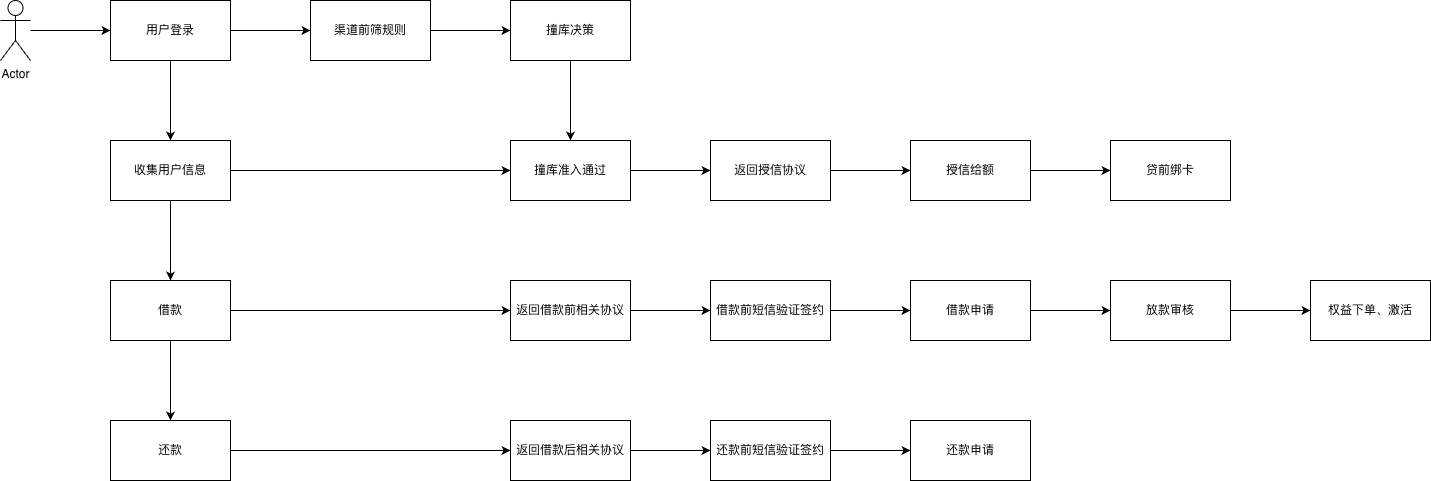
The draw.io diagram 渠道对接链路.png in yuanlj-tea/picgo, before a commit. Source tidied: cells renumbered, new cells last; positions are measured from the earlier drawing's top-left corner, leaving out a move shared by most shapes. Its diagram source:
```xml
<mxGraphModel>
  <root>
    <mxCell id="0" />
    <mxCell id="1" parent="0" />
    <mxCell id="2" style="edgeStyle=orthogonalEdgeStyle;rounded=0;jettySize=auto;html=1;" parent="1" edge="1" source="4" target="6">
      <mxGeometry relative="1" as="geometry" />
    </mxCell>
    <mxCell id="3" style="edgeStyle=orthogonalEdgeStyle;rounded=0;jettySize=auto;html=1;" parent="1" edge="1" source="4" target="17">
      <mxGeometry relative="1" as="geometry" />
    </mxCell>
    <mxCell id="4" value="用户登录" style="rounded=0;whiteSpace=wrap;html=1;" parent="1" vertex="1">
      <mxGeometry x="110" width="120" height="60" as="geometry" />
    </mxCell>
    <mxCell id="5" style="edgeStyle=orthogonalEdgeStyle;rounded=0;jettySize=auto;html=1;" parent="1" edge="1" source="6" target="8">
      <mxGeometry relative="1" as="geometry" />
    </mxCell>
    <mxCell id="6" value="渠道前筛规则" style="rounded=0;whiteSpace=wrap;html=1;" parent="1" vertex="1">
      <mxGeometry x="310" width="120" height="60" as="geometry" />
    </mxCell>
    <mxCell id="7" style="edgeStyle=orthogonalEdgeStyle;rounded=0;jettySize=auto;html=1;" parent="1" edge="1" source="8" target="10">
      <mxGeometry relative="1" as="geometry" />
    </mxCell>
    <mxCell id="8" value="撞库决策" style="rounded=0;whiteSpace=wrap;html=1;" parent="1" vertex="1">
      <mxGeometry x="510" width="120" height="60" as="geometry" />
    </mxCell>
    <mxCell id="9" style="edgeStyle=orthogonalEdgeStyle;rounded=0;jettySize=auto;html=1;" parent="1" edge="1" source="10" target="12">
      <mxGeometry relative="1" as="geometry" />
    </mxCell>
    <mxCell id="10" value="撞库准入通过" style="rounded=0;whiteSpace=wrap;html=1;" parent="1" vertex="1">
      <mxGeometry x="510" y="140" width="120" height="60" as="geometry" />
    </mxCell>
    <mxCell id="11" style="edgeStyle=orthogonalEdgeStyle;rounded=0;jettySize=auto;html=1;" parent="1" edge="1" source="12" target="14">
      <mxGeometry relative="1" as="geometry" />
    </mxCell>
    <mxCell id="12" value="返回授信协议" style="rounded=0;whiteSpace=wrap;html=1;" parent="1" vertex="1">
      <mxGeometry x="710" y="140" width="120" height="60" as="geometry" />
    </mxCell>
    <mxCell id="13" style="edgeStyle=orthogonalEdgeStyle;rounded=0;jettySize=auto;html=1;" parent="1" edge="1" source="14" target="23">
      <mxGeometry relative="1" as="geometry" />
    </mxCell>
    <mxCell id="14" value="授信给额" style="rounded=0;whiteSpace=wrap;html=1;" parent="1" vertex="1">
      <mxGeometry x="910" y="140" width="120" height="60" as="geometry" />
    </mxCell>
    <mxCell id="15" style="edgeStyle=orthogonalEdgeStyle;rounded=0;jettySize=auto;html=1;" parent="1" edge="1" source="17" target="20">
      <mxGeometry relative="1" as="geometry" />
    </mxCell>
    <mxCell id="16" style="edgeStyle=orthogonalEdgeStyle;rounded=0;jettySize=auto;html=1;entryX=0;entryY=0.5;entryDx=0;entryDy=0;" parent="1" edge="1" source="17" target="10">
      <mxGeometry relative="1" as="geometry" />
    </mxCell>
    <mxCell id="17" value="收集用户信息" style="rounded=0;whiteSpace=wrap;html=1;" parent="1" vertex="1">
      <mxGeometry x="110" y="140" width="120" height="60" as="geometry" />
    </mxCell>
    <mxCell id="18" style="edgeStyle=orthogonalEdgeStyle;rounded=0;jettySize=auto;html=1;" parent="1" edge="1" source="20" target="22">
      <mxGeometry relative="1" as="geometry" />
    </mxCell>
    <mxCell id="19" style="edgeStyle=orthogonalEdgeStyle;rounded=0;jettySize=auto;html=1;" parent="1" edge="1" source="20" target="31">
      <mxGeometry relative="1" as="geometry" />
    </mxCell>
    <mxCell id="20" value="借款" style="rounded=0;whiteSpace=wrap;html=1;" parent="1" vertex="1">
      <mxGeometry x="110" y="280" width="120" height="60" as="geometry" />
    </mxCell>
    <mxCell id="21" style="edgeStyle=orthogonalEdgeStyle;rounded=0;jettySize=auto;html=1;entryX=0;entryY=0.5;entryDx=0;entryDy=0;" parent="1" edge="1" source="22" target="34">
      <mxGeometry relative="1" as="geometry" />
    </mxCell>
    <mxCell id="22" value="还款" style="rounded=0;whiteSpace=wrap;html=1;" parent="1" vertex="1">
      <mxGeometry x="110" y="420" width="120" height="60" as="geometry" />
    </mxCell>
    <mxCell id="23" value="贷前绑卡" style="rounded=0;whiteSpace=wrap;html=1;" parent="1" vertex="1">
      <mxGeometry x="1110" y="140" width="120" height="60" as="geometry" />
    </mxCell>
    <mxCell id="24" style="edgeStyle=orthogonalEdgeStyle;rounded=0;jettySize=auto;html=1;" parent="1" edge="1" source="25" target="27">
      <mxGeometry relative="1" as="geometry" />
    </mxCell>
    <mxCell id="25" value="借款前短信验证签约" style="whiteSpace=wrap;html=1;rounded=0;" parent="1" vertex="1">
      <mxGeometry x="710" y="280" width="120" height="60" as="geometry" />
    </mxCell>
    <mxCell id="26" style="edgeStyle=orthogonalEdgeStyle;rounded=0;jettySize=auto;html=1;" parent="1" edge="1" source="27" target="29">
      <mxGeometry relative="1" as="geometry" />
    </mxCell>
    <mxCell id="27" value="借款申请" style="whiteSpace=wrap;html=1;rounded=0;" parent="1" vertex="1">
      <mxGeometry x="910" y="280" width="120" height="60" as="geometry" />
    </mxCell>
    <mxCell id="28" style="edgeStyle=orthogonalEdgeStyle;rounded=0;jettySize=auto;html=1;" parent="1" edge="1" source="29" target="32">
      <mxGeometry relative="1" as="geometry" />
    </mxCell>
    <mxCell id="29" value="放款审核" style="whiteSpace=wrap;html=1;rounded=0;" parent="1" vertex="1">
      <mxGeometry x="1110" y="280" width="120" height="60" as="geometry" />
    </mxCell>
    <mxCell id="30" style="edgeStyle=orthogonalEdgeStyle;rounded=0;jettySize=auto;html=1;" parent="1" edge="1" source="31" target="25">
      <mxGeometry relative="1" as="geometry" />
    </mxCell>
    <mxCell id="31" value="返回借款前相关协议" style="rounded=0;whiteSpace=wrap;html=1;" parent="1" vertex="1">
      <mxGeometry x="510" y="280" width="120" height="60" as="geometry" />
    </mxCell>
    <mxCell id="32" value="权益下单、激活" style="whiteSpace=wrap;html=1;rounded=0;" parent="1" vertex="1">
      <mxGeometry x="1310" y="280" width="120" height="60" as="geometry" />
    </mxCell>
    <mxCell id="33" style="edgeStyle=orthogonalEdgeStyle;rounded=0;jettySize=auto;html=1;entryX=0;entryY=0.5;entryDx=0;entryDy=0;" parent="1" edge="1" source="34" target="36">
      <mxGeometry relative="1" as="geometry" />
    </mxCell>
    <mxCell id="34" value="返回借款后相关协议" style="rounded=0;whiteSpace=wrap;html=1;" parent="1" vertex="1">
      <mxGeometry x="510" y="420" width="120" height="60" as="geometry" />
    </mxCell>
    <mxCell id="35" style="edgeStyle=orthogonalEdgeStyle;rounded=0;jettySize=auto;html=1;" parent="1" edge="1" source="36" target="37">
      <mxGeometry relative="1" as="geometry" />
    </mxCell>
    <mxCell id="36" value="还款前短信验证签约" style="rounded=0;whiteSpace=wrap;html=1;" parent="1" vertex="1">
      <mxGeometry x="710" y="420" width="120" height="60" as="geometry" />
    </mxCell>
    <mxCell id="37" value="还款申请" style="rounded=0;whiteSpace=wrap;html=1;" parent="1" vertex="1">
      <mxGeometry x="910" y="420" width="120" height="60" as="geometry" />
    </mxCell>
    <mxCell id="38" style="edgeStyle=orthogonalEdgeStyle;rounded=0;jettySize=auto;html=1;entryX=0;entryY=0.5;entryDx=0;entryDy=0;" parent="1" edge="1" source="39" target="4">
      <mxGeometry relative="1" as="geometry" />
    </mxCell>
    <mxCell id="39" value="Actor" style="shape=umlActor;verticalLabelPosition=bottom;verticalAlign=top;html=1;outlineConnect=0;" parent="1" vertex="1">
      <mxGeometry width="30" height="60" as="geometry" />
    </mxCell>
  </root>
</mxGraphModel>
```
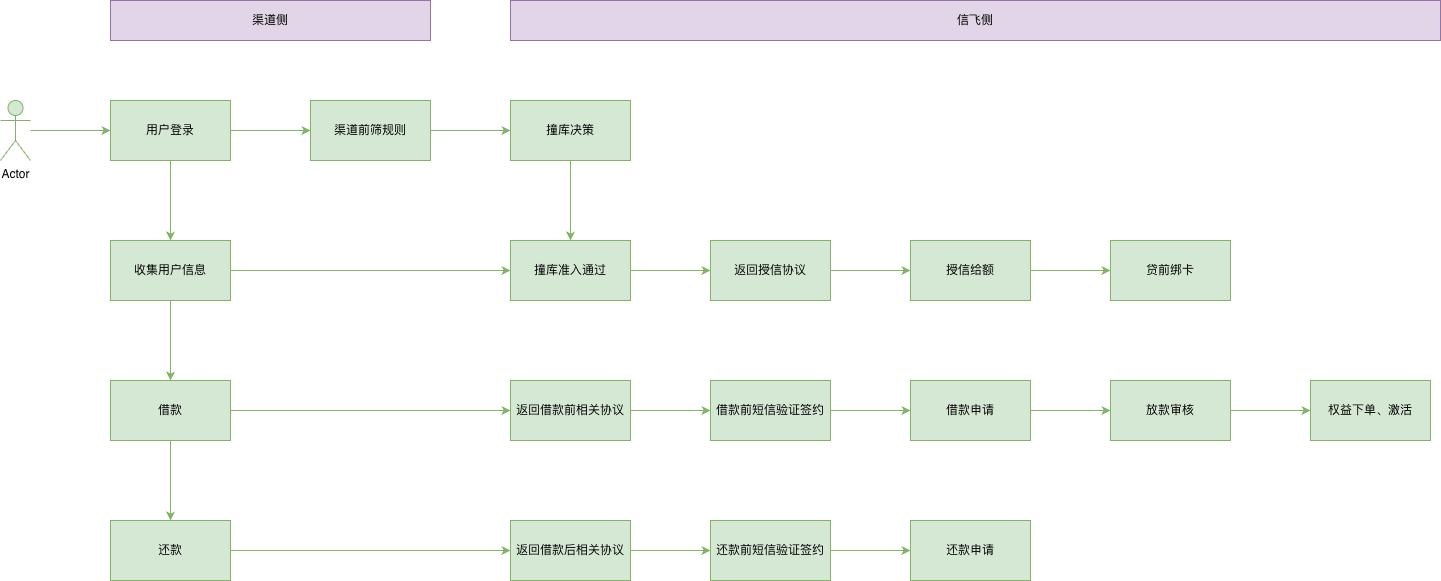
The same diagram one commit later.

Commit message:
更新渠道对接链路.png

What changed in the source:
```diff
@@ -2,119 +2,125 @@
   <root>
     <mxCell id="0" />
     <mxCell id="1" parent="0" />
-    <mxCell id="2" style="edgeStyle=orthogonalEdgeStyle;rounded=0;jettySize=auto;html=1;" parent="1" edge="1" source="4" target="6">
+    <mxCell id="2" style="edgeStyle=orthogonalEdgeStyle;rounded=0;jettySize=auto;html=1;fillColor=#d5e8d4;strokeColor=#82b366;" parent="1" edge="1" source="4" target="6">
       <mxGeometry relative="1" as="geometry" />
     </mxCell>
-    <mxCell id="3" style="edgeStyle=orthogonalEdgeStyle;rounded=0;jettySize=auto;html=1;" parent="1" edge="1" source="4" target="17">
+    <mxCell id="3" style="edgeStyle=orthogonalEdgeStyle;rounded=0;jettySize=auto;html=1;fillColor=#d5e8d4;strokeColor=#82b366;" parent="1" edge="1" source="4" target="17">
       <mxGeometry relative="1" as="geometry" />
     </mxCell>
-    <mxCell id="4" value="用户登录" style="rounded=0;whiteSpace=wrap;html=1;" parent="1" vertex="1">
+    <mxCell id="4" value="用户登录" style="rounded=0;whiteSpace=wrap;html=1;fillColor=#d5e8d4;strokeColor=#82b366;" parent="1" vertex="1">
       <mxGeometry x="110" width="120" height="60" as="geometry" />
     </mxCell>
-    <mxCell id="5" style="edgeStyle=orthogonalEdgeStyle;rounded=0;jettySize=auto;html=1;" parent="1" edge="1" source="6" target="8">
+    <mxCell id="5" style="edgeStyle=orthogonalEdgeStyle;rounded=0;jettySize=auto;html=1;fillColor=#d5e8d4;strokeColor=#82b366;" parent="1" edge="1" source="6" target="8">
       <mxGeometry relative="1" as="geometry" />
     </mxCell>
-    <mxCell id="6" value="渠道前筛规则" style="rounded=0;whiteSpace=wrap;html=1;" parent="1" vertex="1">
+    <mxCell id="6" value="渠道前筛规则" style="rounded=0;whiteSpace=wrap;html=1;fillColor=#d5e8d4;strokeColor=#82b366;" parent="1" vertex="1">
       <mxGeometry x="310" width="120" height="60" as="geometry" />
     </mxCell>
-    <mxCell id="7" style="edgeStyle=orthogonalEdgeStyle;rounded=0;jettySize=auto;html=1;" parent="1" edge="1" source="8" target="10">
+    <mxCell id="7" style="edgeStyle=orthogonalEdgeStyle;rounded=0;jettySize=auto;html=1;fillColor=#d5e8d4;strokeColor=#82b366;" parent="1" edge="1" source="8" target="10">
       <mxGeometry relative="1" as="geometry" />
     </mxCell>
-    <mxCell id="8" value="撞库决策" style="rounded=0;whiteSpace=wrap;html=1;" parent="1" vertex="1">
+    <mxCell id="8" value="撞库决策" style="rounded=0;whiteSpace=wrap;html=1;fillColor=#d5e8d4;strokeColor=#82b366;" parent="1" vertex="1">
       <mxGeometry x="510" width="120" height="60" as="geometry" />
     </mxCell>
-    <mxCell id="9" style="edgeStyle=orthogonalEdgeStyle;rounded=0;jettySize=auto;html=1;" parent="1" edge="1" source="10" target="12">
+    <mxCell id="9" style="edgeStyle=orthogonalEdgeStyle;rounded=0;jettySize=auto;html=1;fillColor=#d5e8d4;strokeColor=#82b366;" parent="1" edge="1" source="10" target="12">
       <mxGeometry relative="1" as="geometry" />
     </mxCell>
-    <mxCell id="10" value="撞库准入通过" style="rounded=0;whiteSpace=wrap;html=1;" parent="1" vertex="1">
+    <mxCell id="10" value="撞库准入通过" style="rounded=0;whiteSpace=wrap;html=1;fillColor=#d5e8d4;strokeColor=#82b366;" parent="1" vertex="1">
       <mxGeometry x="510" y="140" width="120" height="60" as="geometry" />
     </mxCell>
-    <mxCell id="11" style="edgeStyle=orthogonalEdgeStyle;rounded=0;jettySize=auto;html=1;" parent="1" edge="1" source="12" target="14">
+    <mxCell id="11" style="edgeStyle=orthogonalEdgeStyle;rounded=0;jettySize=auto;html=1;fillColor=#d5e8d4;strokeColor=#82b366;" parent="1" edge="1" source="12" target="14">
       <mxGeometry relative="1" as="geometry" />
     </mxCell>
-    <mxCell id="12" value="返回授信协议" style="rounded=0;whiteSpace=wrap;html=1;" parent="1" vertex="1">
+    <mxCell id="12" value="返回授信协议" style="rounded=0;whiteSpace=wrap;html=1;fillColor=#d5e8d4;strokeColor=#82b366;" parent="1" vertex="1">
       <mxGeometry x="710" y="140" width="120" height="60" as="geometry" />
     </mxCell>
-    <mxCell id="13" style="edgeStyle=orthogonalEdgeStyle;rounded=0;jettySize=auto;html=1;" parent="1" edge="1" source="14" target="23">
+    <mxCell id="13" style="edgeStyle=orthogonalEdgeStyle;rounded=0;jettySize=auto;html=1;fillColor=#d5e8d4;strokeColor=#82b366;" parent="1" edge="1" source="14" target="23">
       <mxGeometry relative="1" as="geometry" />
     </mxCell>
-    <mxCell id="14" value="授信给额" style="rounded=0;whiteSpace=wrap;html=1;" parent="1" vertex="1">
+    <mxCell id="14" value="授信给额" style="rounded=0;whiteSpace=wrap;html=1;fillColor=#d5e8d4;strokeColor=#82b366;" parent="1" vertex="1">
       <mxGeometry x="910" y="140" width="120" height="60" as="geometry" />
     </mxCell>
-    <mxCell id="15" style="edgeStyle=orthogonalEdgeStyle;rounded=0;jettySize=auto;html=1;" parent="1" edge="1" source="17" target="20">
+    <mxCell id="15" style="edgeStyle=orthogonalEdgeStyle;rounded=0;jettySize=auto;html=1;fillColor=#d5e8d4;strokeColor=#82b366;" parent="1" edge="1" source="17" target="20">
       <mxGeometry relative="1" as="geometry" />
     </mxCell>
-    <mxCell id="16" style="edgeStyle=orthogonalEdgeStyle;rounded=0;jettySize=auto;html=1;entryX=0;entryY=0.5;entryDx=0;entryDy=0;" parent="1" edge="1" source="17" target="10">
+    <mxCell id="16" style="edgeStyle=orthogonalEdgeStyle;rounded=0;jettySize=auto;html=1;entryX=0;entryY=0.5;entryDx=0;entryDy=0;fillColor=#d5e8d4;strokeColor=#82b366;" parent="1" edge="1" source="17" target="10">
       <mxGeometry relative="1" as="geometry" />
     </mxCell>
-    <mxCell id="17" value="收集用户信息" style="rounded=0;whiteSpace=wrap;html=1;" parent="1" vertex="1">
+    <mxCell id="17" value="收集用户信息" style="rounded=0;whiteSpace=wrap;html=1;fillColor=#d5e8d4;strokeColor=#82b366;" parent="1" vertex="1">
       <mxGeometry x="110" y="140" width="120" height="60" as="geometry" />
     </mxCell>
-    <mxCell id="18" style="edgeStyle=orthogonalEdgeStyle;rounded=0;jettySize=auto;html=1;" parent="1" edge="1" source="20" target="22">
+    <mxCell id="18" style="edgeStyle=orthogonalEdgeStyle;rounded=0;jettySize=auto;html=1;fillColor=#d5e8d4;strokeColor=#82b366;" parent="1" edge="1" source="20" target="22">
       <mxGeometry relative="1" as="geometry" />
     </mxCell>
-    <mxCell id="19" style="edgeStyle=orthogonalEdgeStyle;rounded=0;jettySize=auto;html=1;" parent="1" edge="1" source="20" target="31">
+    <mxCell id="19" style="edgeStyle=orthogonalEdgeStyle;rounded=0;jettySize=auto;html=1;fillColor=#d5e8d4;strokeColor=#82b366;" parent="1" edge="1" source="20" target="31">
       <mxGeometry relative="1" as="geometry" />
     </mxCell>
-    <mxCell id="20" value="借款" style="rounded=0;whiteSpace=wrap;html=1;" parent="1" vertex="1">
+    <mxCell id="20" value="借款" style="rounded=0;whiteSpace=wrap;html=1;fillColor=#d5e8d4;strokeColor=#82b366;" parent="1" vertex="1">
       <mxGeometry x="110" y="280" width="120" height="60" as="geometry" />
     </mxCell>
-    <mxCell id="21" style="edgeStyle=orthogonalEdgeStyle;rounded=0;jettySize=auto;html=1;entryX=0;entryY=0.5;entryDx=0;entryDy=0;" parent="1" edge="1" source="22" target="34">
+    <mxCell id="21" style="edgeStyle=orthogonalEdgeStyle;rounded=0;jettySize=auto;html=1;entryX=0;entryY=0.5;entryDx=0;entryDy=0;fillColor=#d5e8d4;strokeColor=#82b366;" parent="1" edge="1" source="22" target="34">
       <mxGeometry relative="1" as="geometry" />
     </mxCell>
-    <mxCell id="22" value="还款" style="rounded=0;whiteSpace=wrap;html=1;" parent="1" vertex="1">
+    <mxCell id="22" value="还款" style="rounded=0;whiteSpace=wrap;html=1;fillColor=#d5e8d4;strokeColor=#82b366;" parent="1" vertex="1">
       <mxGeometry x="110" y="420" width="120" height="60" as="geometry" />
     </mxCell>
-    <mxCell id="23" value="贷前绑卡" style="rounded=0;whiteSpace=wrap;html=1;" parent="1" vertex="1">
+    <mxCell id="23" value="贷前绑卡" style="rounded=0;whiteSpace=wrap;html=1;fillColor=#d5e8d4;strokeColor=#82b366;" parent="1" vertex="1">
       <mxGeometry x="1110" y="140" width="120" height="60" as="geometry" />
     </mxCell>
-    <mxCell id="24" style="edgeStyle=orthogonalEdgeStyle;rounded=0;jettySize=auto;html=1;" parent="1" edge="1" source="25" target="27">
+    <mxCell id="24" style="edgeStyle=orthogonalEdgeStyle;rounded=0;jettySize=auto;html=1;fillColor=#d5e8d4;strokeColor=#82b366;" parent="1" edge="1" source="25" target="27">
       <mxGeometry relative="1" as="geometry" />
     </mxCell>
-    <mxCell id="25" value="借款前短信验证签约" style="whiteSpace=wrap;html=1;rounded=0;" parent="1" vertex="1">
+    <mxCell id="25" value="借款前短信验证签约" style="whiteSpace=wrap;html=1;rounded=0;fillColor=#d5e8d4;strokeColor=#82b366;" parent="1" vertex="1">
       <mxGeometry x="710" y="280" width="120" height="60" as="geometry" />
     </mxCell>
-    <mxCell id="26" style="edgeStyle=orthogonalEdgeStyle;rounded=0;jettySize=auto;html=1;" parent="1" edge="1" source="27" target="29">
+    <mxCell id="26" style="edgeStyle=orthogonalEdgeStyle;rounded=0;jettySize=auto;html=1;fillColor=#d5e8d4;strokeColor=#82b366;" parent="1" edge="1" source="27" target="29">
       <mxGeometry relative="1" as="geometry" />
     </mxCell>
-    <mxCell id="27" value="借款申请" style="whiteSpace=wrap;html=1;rounded=0;" parent="1" vertex="1">
+    <mxCell id="27" value="借款申请" style="whiteSpace=wrap;html=1;rounded=0;fillColor=#d5e8d4;strokeColor=#82b366;" parent="1" vertex="1">
       <mxGeometry x="910" y="280" width="120" height="60" as="geometry" />
     </mxCell>
-    <mxCell id="28" style="edgeStyle=orthogonalEdgeStyle;rounded=0;jettySize=auto;html=1;" parent="1" edge="1" source="29" target="32">
+    <mxCell id="28" style="edgeStyle=orthogonalEdgeStyle;rounded=0;jettySize=auto;html=1;fillColor=#d5e8d4;strokeColor=#82b366;" parent="1" edge="1" source="29" target="32">
       <mxGeometry relative="1" as="geometry" />
     </mxCell>
-    <mxCell id="29" value="放款审核" style="whiteSpace=wrap;html=1;rounded=0;" parent="1" vertex="1">
+    <mxCell id="29" value="放款审核" style="whiteSpace=wrap;html=1;rounded=0;fillColor=#d5e8d4;strokeColor=#82b366;" parent="1" vertex="1">
       <mxGeometry x="1110" y="280" width="120" height="60" as="geometry" />
     </mxCell>
-    <mxCell id="30" style="edgeStyle=orthogonalEdgeStyle;rounded=0;jettySize=auto;html=1;" parent="1" edge="1" source="31" target="25">
+    <mxCell id="30" style="edgeStyle=orthogonalEdgeStyle;rounded=0;jettySize=auto;html=1;fillColor=#d5e8d4;strokeColor=#82b366;" parent="1" edge="1" source="31" target="25">
       <mxGeometry relative="1" as="geometry" />
     </mxCell>
-    <mxCell id="31" value="返回借款前相关协议" style="rounded=0;whiteSpace=wrap;html=1;" parent="1" vertex="1">
+    <mxCell id="31" value="返回借款前相关协议" style="rounded=0;whiteSpace=wrap;html=1;fillColor=#d5e8d4;strokeColor=#82b366;" parent="1" vertex="1">
       <mxGeometry x="510" y="280" width="120" height="60" as="geometry" />
     </mxCell>
-    <mxCell id="32" value="权益下单、激活" style="whiteSpace=wrap;html=1;rounded=0;" parent="1" vertex="1">
+    <mxCell id="32" value="权益下单、激活" style="whiteSpace=wrap;html=1;rounded=0;fillColor=#d5e8d4;strokeColor=#82b366;" parent="1" vertex="1">
       <mxGeometry x="1310" y="280" width="120" height="60" as="geometry" />
     </mxCell>
-    <mxCell id="33" style="edgeStyle=orthogonalEdgeStyle;rounded=0;jettySize=auto;html=1;entryX=0;entryY=0.5;entryDx=0;entryDy=0;" parent="1" edge="1" source="34" target="36">
+    <mxCell id="33" style="edgeStyle=orthogonalEdgeStyle;rounded=0;jettySize=auto;html=1;entryX=0;entryY=0.5;entryDx=0;entryDy=0;fillColor=#d5e8d4;strokeColor=#82b366;" parent="1" edge="1" source="34" target="36">
       <mxGeometry relative="1" as="geometry" />
     </mxCell>
-    <mxCell id="34" value="返回借款后相关协议" style="rounded=0;whiteSpace=wrap;html=1;" parent="1" vertex="1">
+    <mxCell id="34" value="返回借款后相关协议" style="rounded=0;whiteSpace=wrap;html=1;fillColor=#d5e8d4;strokeColor=#82b366;" parent="1" vertex="1">
       <mxGeometry x="510" y="420" width="120" height="60" as="geometry" />
     </mxCell>
-    <mxCell id="35" style="edgeStyle=orthogonalEdgeStyle;rounded=0;jettySize=auto;html=1;" parent="1" edge="1" source="36" target="37">
+    <mxCell id="35" style="edgeStyle=orthogonalEdgeStyle;rounded=0;jettySize=auto;html=1;fillColor=#d5e8d4;strokeColor=#82b366;" parent="1" edge="1" source="36" target="37">
       <mxGeometry relative="1" as="geometry" />
     </mxCell>
-    <mxCell id="36" value="还款前短信验证签约" style="rounded=0;whiteSpace=wrap;html=1;" parent="1" vertex="1">
+    <mxCell id="36" value="还款前短信验证签约" style="rounded=0;whiteSpace=wrap;html=1;fillColor=#d5e8d4;strokeColor=#82b366;" parent="1" vertex="1">
       <mxGeometry x="710" y="420" width="120" height="60" as="geometry" />
     </mxCell>
-    <mxCell id="37" value="还款申请" style="rounded=0;whiteSpace=wrap;html=1;" parent="1" vertex="1">
+    <mxCell id="37" value="还款申请" style="rounded=0;whiteSpace=wrap;html=1;fillColor=#d5e8d4;strokeColor=#82b366;" parent="1" vertex="1">
       <mxGeometry x="910" y="420" width="120" height="60" as="geometry" />
     </mxCell>
-    <mxCell id="38" style="edgeStyle=orthogonalEdgeStyle;rounded=0;jettySize=auto;html=1;entryX=0;entryY=0.5;entryDx=0;entryDy=0;" parent="1" edge="1" source="39" target="4">
+    <mxCell id="38" style="edgeStyle=orthogonalEdgeStyle;rounded=0;jettySize=auto;html=1;entryX=0;entryY=0.5;entryDx=0;entryDy=0;fillColor=#d5e8d4;strokeColor=#82b366;" parent="1" edge="1" source="39" target="4">
       <mxGeometry relative="1" as="geometry" />
     </mxCell>
-    <mxCell id="39" value="Actor" style="shape=umlActor;verticalLabelPosition=bottom;verticalAlign=top;html=1;outlineConnect=0;" parent="1" vertex="1">
+    <mxCell id="39" value="Actor" style="shape=umlActor;verticalLabelPosition=bottom;verticalAlign=top;html=1;outlineConnect=0;fillColor=#d5e8d4;strokeColor=#82b366;" parent="1" vertex="1">
       <mxGeometry width="30" height="60" as="geometry" />
     </mxCell>
+    <mxCell id="40" value="渠道侧" style="rounded=0;whiteSpace=wrap;html=1;fillColor=#e1d5e7;strokeColor=#9673a6;" parent="1" vertex="1">
+      <mxGeometry x="110" y="-100" width="320" height="40" as="geometry" />
+    </mxCell>
+    <mxCell id="41" value="信飞侧" style="rounded=0;whiteSpace=wrap;html=1;fillColor=#e1d5e7;strokeColor=#9673a6;" parent="1" vertex="1">
+      <mxGeometry x="510" y="-100" width="930" height="40" as="geometry" />
+    </mxCell>
   </root>
 </mxGraphModel>
```
